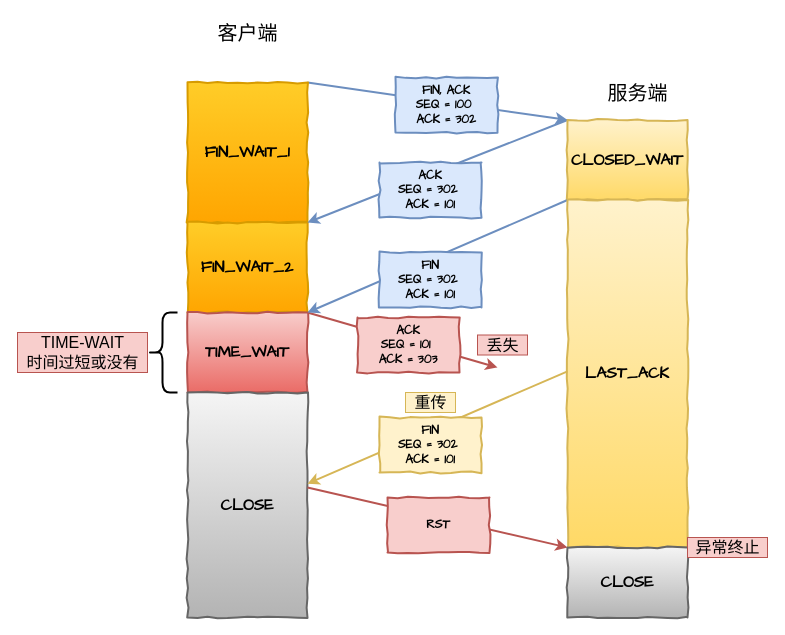
Earlier version of the draw.io diagram 网络/不正确的关闭.drawio (xiaolincoder/ImageHost4). Source tidied: cells renumbered, new cells numbered last; positions are measured from the earlier drawing's top-left corner, leaving out a move shared by most shapes. Both pictures are drawn from the tidied source at 100%, with x=0, y=0 at pixel (17, 17).
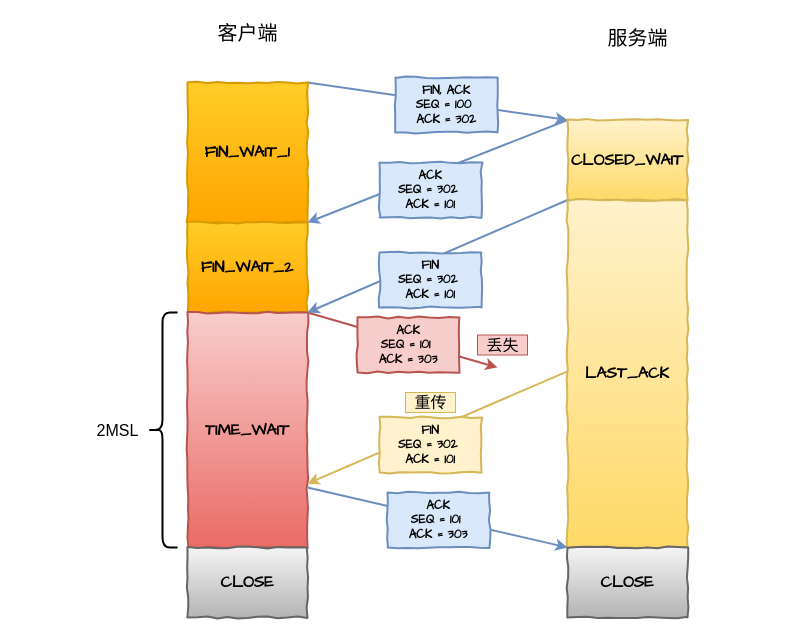
The same page after the edit.

Commit message (it also covers changes not shown here):
Update 不正确的关闭.drawio

The change refers to these unchanged cells:
```xml
<mxCell id="14" value="LAST_ACK" style="html=1;whiteSpace=wrap;comic=1;strokeWidth=2;fontFamily=Comic Sans MS;fontStyle=1;fontSize=16;gradientColor=#ffd966;fillColor=#fff2cc;strokeColor=#d6b656;" parent="1" vertex="1">
  <mxGeometry x="550" y="182.5" width="120" height="347.5" as="geometry" />
</mxCell>
```

Diff of the diagram source:
```diff
@@
     <mxCell id="3" value="服务端" style="text;html=1;align=center;verticalAlign=middle;fontSize=20;" parent="1" vertex="1">
-      <mxGeometry x="580" y="60" width="80" height="30" as="geometry" />
+      <mxGeometry x="580" y="5" width="80" height="30" as="geometry" />
     </mxCell>
@@
-    <mxCell id="8" style="edgeStyle=none;rounded=0;jettySize=auto;html=1;dashed=1;" parent="1" edge="1" source="9" target="10">
-      <mxGeometry relative="1" as="geometry" />
+    <mxCell id="8" style="edgeStyle=none;rounded=0;jettySize=auto;html=1;dashed=1;" parent="1" edge="1" source="9">
+      <mxGeometry relative="1" as="geometry">
+        <mxPoint x="230" y="375" as="targetPoint" />
+      </mxGeometry>
     </mxCell>
     <mxCell id="9" value="TIME_WAIT" style="html=1;whiteSpace=wrap;comic=1;strokeWidth=2;fontFamily=Comic Sans MS;fontStyle=1;fontSize=16;gradientColor=#ea6b66;fillColor=#f8cecc;strokeColor=#b85450;" parent="1" vertex="1">
-      <mxGeometry x="170" y="295" width="120" height="80" as="geometry" />
+      <mxGeometry x="170" y="295" width="120" height="235" as="geometry" />
     </mxCell>
-    <mxCell id="10" value="CLOSE" style="html=1;whiteSpace=wrap;comic=1;strokeWidth=2;fontFamily=Comic Sans MS;fontStyle=1;fontSize=16;gradientColor=#b3b3b3;fillColor=#f5f5f5;strokeColor=#666666;" parent="1" vertex="1">
-      <mxGeometry x="170" y="375" width="120" height="225" as="geometry" />
-    </mxCell>
@@
     <mxCell id="19" style="shape=curlyBracket;whiteSpace=wrap;html=1;rounded=1;strokeWidth=2;fontSize=16;" parent="1" vertex="1">
-      <mxGeometry x="130" y="295" width="30" height="80" as="geometry" />
+      <mxGeometry x="130" y="295" width="30" height="235" as="geometry" />
     </mxCell>
-    <mxCell id="20" value="TIME-WAIT &lt;br&gt;时间过短或没有" style="text;html=1;align=center;verticalAlign=middle;fontSize=16;fillColor=#f8cecc;strokeColor=#b85450;" parent="1" vertex="1">
-      <mxGeometry y="315" width="130" height="40" as="geometry" />
-    </mxCell>
@@
-    <mxCell id="25" style="edgeStyle=none;rounded=0;jettySize=auto;html=1;exitX=1;exitY=1;exitDx=0;exitDy=0;strokeWidth=2;fontSize=16;fillColor=#f8cecc;strokeColor=#b85450;entryX=0;entryY=1;entryDx=0;entryDy=0;" parent="1" edge="1" target="14">
+    <mxCell id="25" style="edgeStyle=none;rounded=0;jettySize=auto;html=1;exitX=1;exitY=1;exitDx=0;exitDy=0;strokeWidth=2;fontSize=16;fillColor=#dae8fc;strokeColor=#6c8ebf;entryX=0;entryY=1;entryDx=0;entryDy=0;" parent="1" edge="1" target="14">
       <mxGeometry relative="1" as="geometry">
         <mxPoint x="290" y="470" as="sourcePoint" />
       </mxGeometry>
     </mxCell>
-    <mxCell id="26" value="RST" style="html=1;whiteSpace=wrap;comic=1;strokeWidth=2;fontFamily=Comic Sans MS;fontStyle=1;fillColor=#f8cecc;strokeColor=#b85450;" parent="1" vertex="1">
-      <mxGeometry x="370" y="480" width="102" height="55" as="geometry" />
-    </mxCell>
     <mxCell id="27" value="CLOSE" style="html=1;whiteSpace=wrap;comic=1;strokeWidth=2;fontFamily=Comic Sans MS;fontStyle=1;fontSize=16;gradientColor=#b3b3b3;fillColor=#f5f5f5;strokeColor=#666666;" parent="1" vertex="1">
-      <mxGeometry x="550" y="530" width="120" height="70" as="geometry" />
+      <mxGeometry x="170" y="530" width="120" height="70" as="geometry" />
     </mxCell>
-    <mxCell id="28" value="异常终止" style="text;html=1;align=center;verticalAlign=middle;strokeColor=#b85450;fillColor=#f8cecc;fontSize=16;" parent="1" vertex="1">
-      <mxGeometry x="670" y="520" width="80" height="20" as="geometry" />
-    </mxCell>
+    <mxCell id="29" value="ACK&lt;br&gt;SEQ = 101&amp;nbsp;&lt;br&gt;ACK = 303" style="html=1;whiteSpace=wrap;comic=1;strokeWidth=2;fontFamily=Comic Sans MS;fontStyle=1;fillColor=#dae8fc;strokeColor=#6c8ebf;" parent="1" vertex="1">
+      <mxGeometry x="370" y="475" width="102" height="55" as="geometry" />
+    </mxCell>
+    <mxCell id="10" value="CLOSE" style="html=1;whiteSpace=wrap;comic=1;strokeWidth=2;fontFamily=Comic Sans MS;fontStyle=1;fontSize=16;gradientColor=#b3b3b3;fillColor=#f5f5f5;strokeColor=#666666;" parent="1" vertex="1">
+      <mxGeometry x="550" y="530" width="120" height="70" as="geometry" />
+    </mxCell>
+    <mxCell id="30" value="2MSL" style="text;html=1;align=center;verticalAlign=middle;strokeColor=none;fillColor=none;fontSize=16;" parent="1" vertex="1">
+      <mxGeometry x="70" y="402.5" width="60" height="20" as="geometry" />
+    </mxCell>
```
